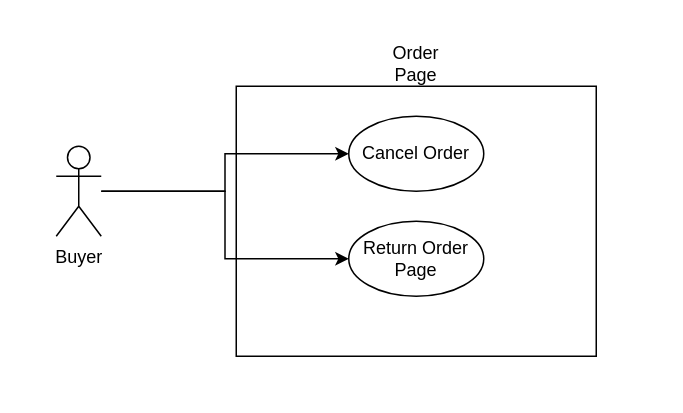
Before: OrderPageUCD.drawio in AlexTheVeil/IntrotoSEProject, a draw.io diagram. Source tidied: cells renumbered, new cells numbered last; positions are measured from the earlier drawing's top-left corner, leaving out a move shared by most shapes. Both pictures are drawn from the tidied source at 150%, with x=0, y=0 at pixel (56, 40).
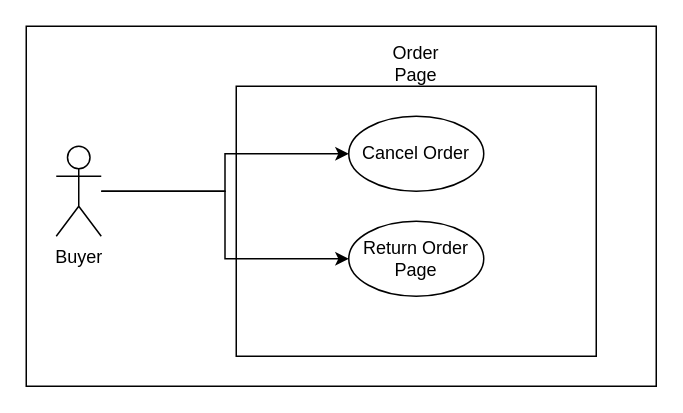
Above is the later version.

Diff of the diagram source:
```diff
@@
 <mxGraphModel>
   <root>
     <mxCell id="0" />
     <mxCell id="1" parent="0" />
+    <mxCell id="9" style="rounded=0;whiteSpace=wrap;html=1;" parent="1" vertex="1">
+      <mxGeometry x="-20" y="-10" width="420" height="240" as="geometry" />
+    </mxCell>
     <mxCell id="2" style="rounded=0;whiteSpace=wrap;html=1;" parent="1" vertex="1">
       <mxGeometry x="120" y="30" width="240" height="180" as="geometry" />
     </mxCell>
     <mxCell id="3" style="edgeStyle=orthogonalEdgeStyle;rounded=0;jettySize=auto;html=1;entryX=0;entryY=0.5;entryDx=0;entryDy=0;" parent="1" edge="1" source="5" target="7">
       <mxGeometry relative="1" as="geometry" />
     </mxCell>
     <mxCell id="4" style="edgeStyle=orthogonalEdgeStyle;rounded=0;jettySize=auto;html=1;entryX=0;entryY=0.5;entryDx=0;entryDy=0;" parent="1" edge="1" source="5" target="8">
       <mxGeometry relative="1" as="geometry" />
     </mxCell>
     <mxCell id="5" value="Buyer" style="shape=umlActor;verticalLabelPosition=bottom;verticalAlign=top;html=1;outlineConnect=0;" parent="1" vertex="1">
       <mxGeometry y="70" width="30" height="60" as="geometry" />
     </mxCell>
     <mxCell id="6" value="Order Page" style="text;html=1;align=center;verticalAlign=middle;whiteSpace=wrap;rounded=0;" parent="1" vertex="1">
       <mxGeometry x="210" width="60" height="30" as="geometry" />
     </mxCell>
     <mxCell id="7" value="Cancel Order" style="ellipse;whiteSpace=wrap;html=1;" parent="1" vertex="1">
       <mxGeometry x="195" y="50" width="90" height="50" as="geometry" />
     </mxCell>
     <mxCell id="8" value="Return Order Page" style="ellipse;whiteSpace=wrap;html=1;" parent="1" vertex="1">
       <mxGeometry x="195" y="120" width="90" height="50" as="geometry" />
     </mxCell>
   </root>
 </mxGraphModel>
```
